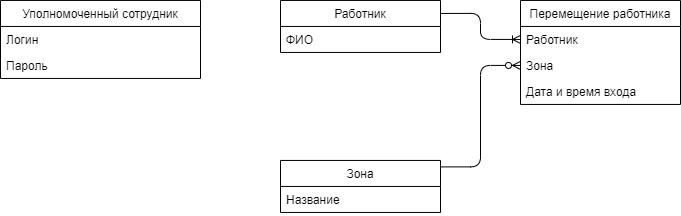
This is Документация и картинки/Концептуальная модель_v4.png from VektorHL/LB, a draw.io export, as it was before one commit. Source tidied: cells renumbered, new cells last; positions are measured from the earlier drawing's top-left corner, leaving out a move shared by most shapes.
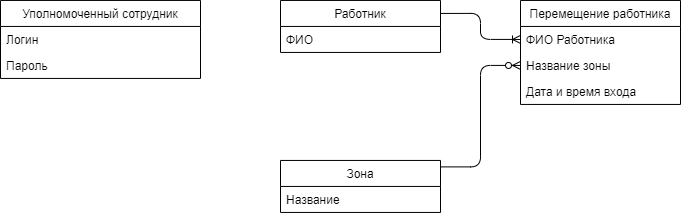
After the commit.

Diff of the diagram source:
```diff
@@ -26,10 +26,10 @@
     <mxCell id="9" value="Перемещение работника" style="swimlane;fontStyle=0;horizontal=1;startSize=26;fillColor=none;" parent="1" vertex="1">
       <mxGeometry x="520" y="-0.1" width="160" height="104" as="geometry" />
     </mxCell>
-    <mxCell id="10" value="Работник" style="text;strokeColor=none;fillColor=none;align=left;verticalAlign=top;spacingLeft=4;spacingRight=4;overflow=hidden;points=[[0,0.5],[1,0.5]];portConstraint=eastwest;" parent="9" vertex="1">
+    <mxCell id="10" value="ФИО Работника" style="text;strokeColor=none;fillColor=none;align=left;verticalAlign=top;spacingLeft=4;spacingRight=4;overflow=hidden;points=[[0,0.5],[1,0.5]];portConstraint=eastwest;" parent="9" vertex="1">
       <mxGeometry y="26" width="160" height="26" as="geometry" />
     </mxCell>
-    <mxCell id="11" value="Зона" style="text;strokeColor=none;fillColor=none;align=left;verticalAlign=top;spacingLeft=4;spacingRight=4;overflow=hidden;points=[[0,0.5],[1,0.5]];portConstraint=eastwest;" parent="9" vertex="1">
+    <mxCell id="11" value="Название зоны" style="text;strokeColor=none;fillColor=none;align=left;verticalAlign=top;spacingLeft=4;spacingRight=4;overflow=hidden;points=[[0,0.5],[1,0.5]];portConstraint=eastwest;" parent="9" vertex="1">
       <mxGeometry y="52" width="160" height="26" as="geometry" />
     </mxCell>
     <mxCell id="12" value="Дата и время входа" style="text;strokeColor=none;fillColor=none;align=left;verticalAlign=top;spacingLeft=4;spacingRight=4;overflow=hidden;" parent="9" vertex="1">
```
